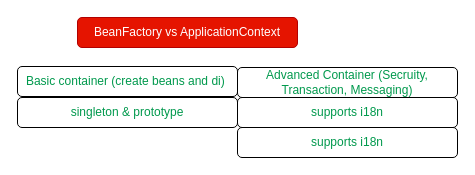
ujjawal09/spring-github keeps this draw.io diagram as page "Qoura" (4 of 4) of spring-core.drawio. Above is the earlier version. Source tidied: cells renumbered, new cells numbered last; positions are measured from the earlier drawing's top-left corner, leaving out a move shared by most shapes. Both pictures are drawn from the tidied source at 100%, with x=0, y=0 at pixel (17, 17).
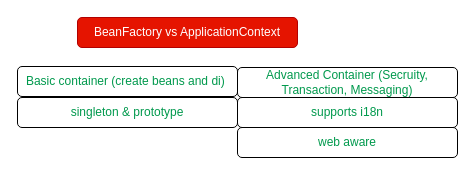
The same page after the edit.

What changed in the source:
```diff
@@
 <mxGraphModel>
   <root>
     <mxCell id="0" />
     <mxCell id="1" parent="0" />
     <mxCell id="2" value="BeanFactory vs ApplicationContext" style="rounded=1;whiteSpace=wrap;html=1;fillColor=#e51400;strokeColor=#B20000;fontColor=#ffffff;" parent="1" vertex="1">
       <mxGeometry x="60" width="220" height="30" as="geometry" />
     </mxCell>
     <mxCell id="3" value="Basic container (create beans and di)&amp;nbsp;" style="rounded=1;whiteSpace=wrap;html=1;fontColor=#00994D;" parent="1" vertex="1">
       <mxGeometry y="49" width="220" height="30" as="geometry" />
     </mxCell>
     <mxCell id="4" value="&lt;font&gt;Advanced Container (Secruity, Transaction, Messaging)&lt;/font&gt;" style="rounded=1;whiteSpace=wrap;html=1;fontColor=#00994D;" parent="1" vertex="1">
       <mxGeometry x="220" y="50" width="220" height="30" as="geometry" />
     </mxCell>
     <mxCell id="5" value="supports i18n" style="rounded=1;whiteSpace=wrap;html=1;fontColor=#00994D;" parent="1" vertex="1">
       <mxGeometry x="220" y="80" width="220" height="30" as="geometry" />
     </mxCell>
     <mxCell id="6" value="singleton &amp;amp; prototype" style="rounded=1;whiteSpace=wrap;html=1;fontColor=#00994D;" parent="1" vertex="1">
       <mxGeometry y="80" width="220" height="30" as="geometry" />
     </mxCell>
-    <mxCell id="7" value="supports i18n" style="rounded=1;whiteSpace=wrap;html=1;fontColor=#00994D;" parent="1" vertex="1">
+    <mxCell id="7" value="web aware" style="rounded=1;whiteSpace=wrap;html=1;fontColor=#00994D;" parent="1" vertex="1">
       <mxGeometry x="220" y="110" width="220" height="30" as="geometry" />
     </mxCell>
   </root>
 </mxGraphModel>
```
